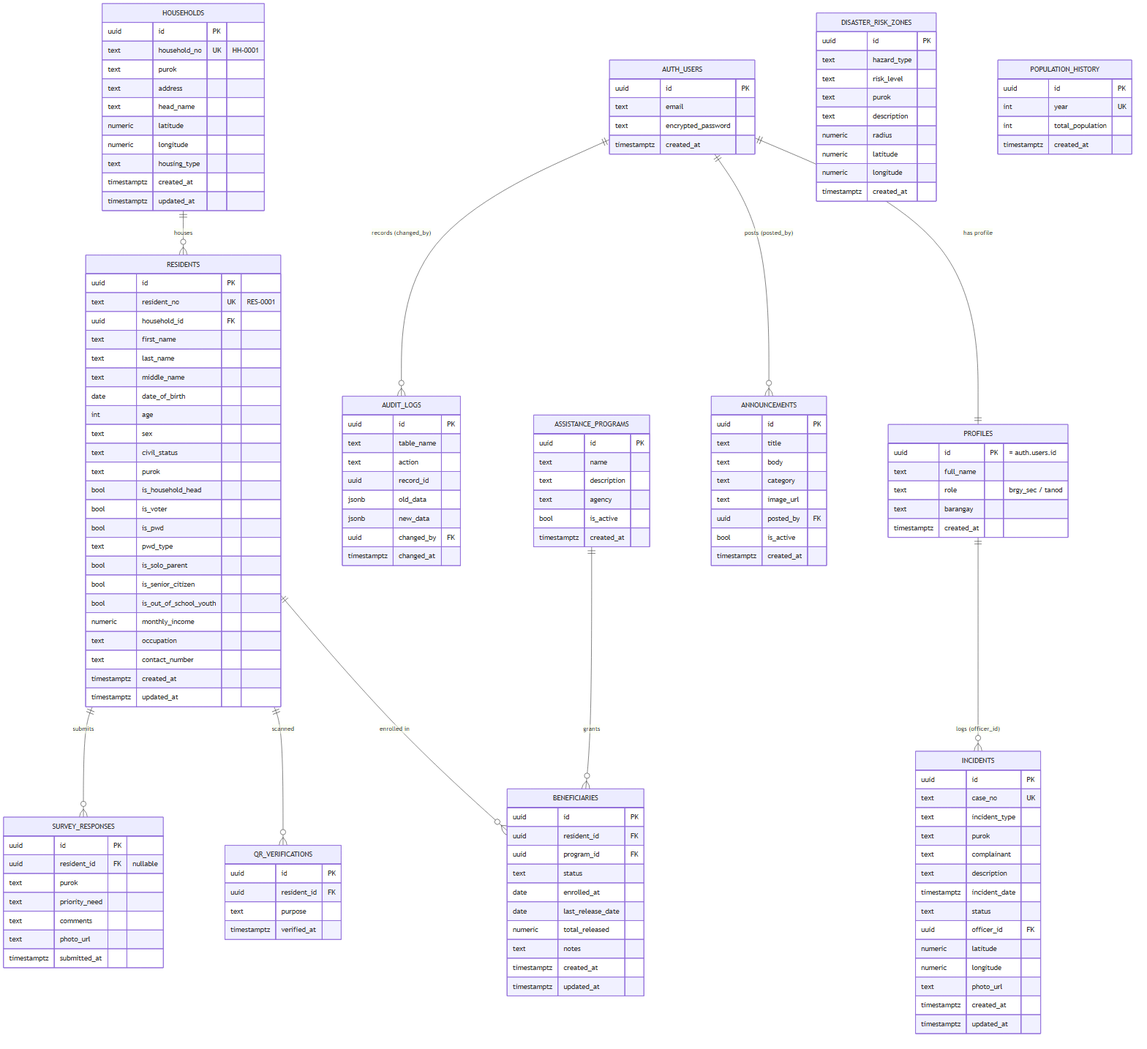
The Mermaid diagram diagrams/erd.png in KellyEspera/protect, before a commit. Its source is kept beside it as diagrams/erd.mmd.
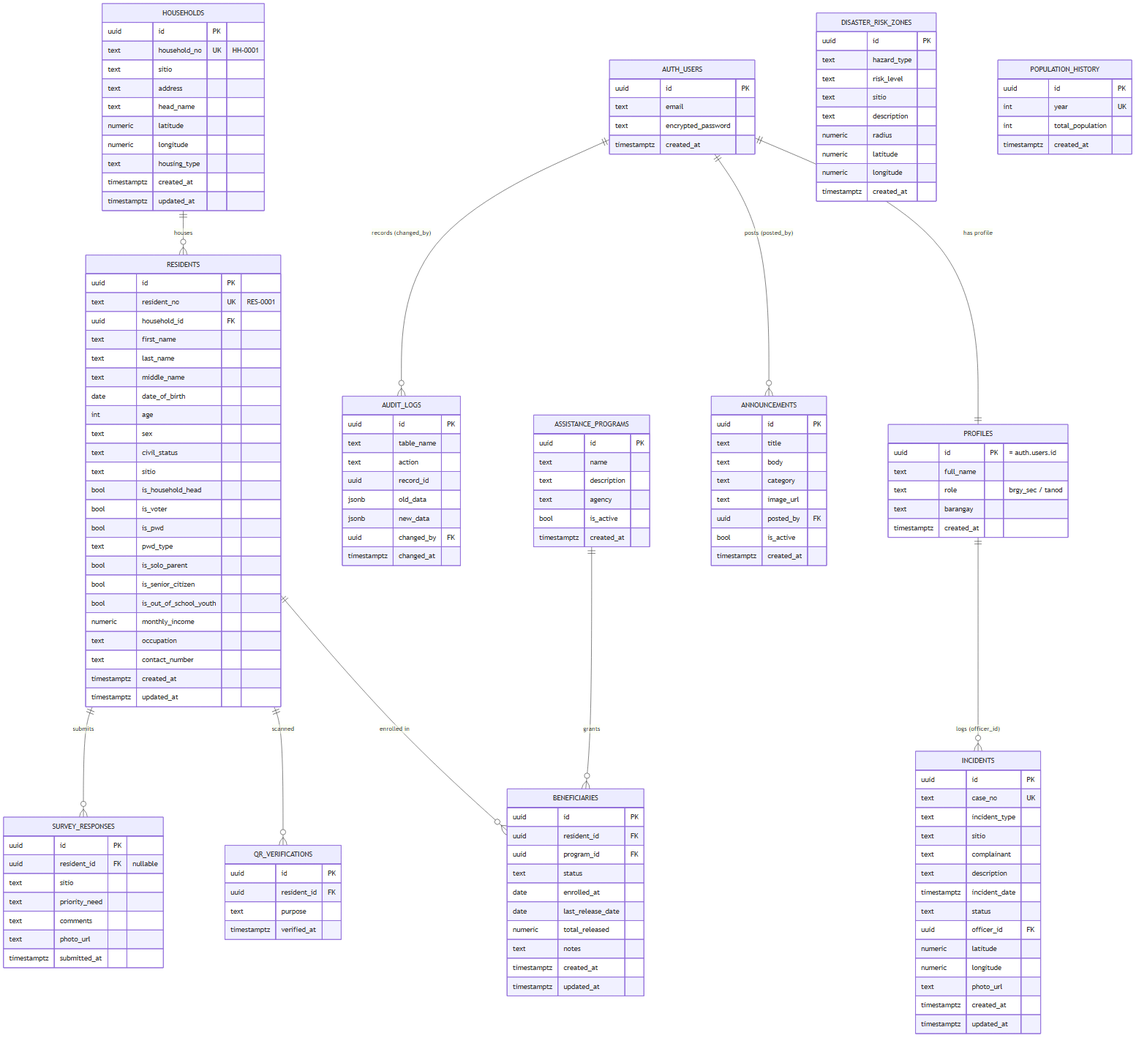
After the change.

What changed in the source:
```diff
@@ -25,7 +25,7 @@
     HOUSEHOLDS {
         uuid id PK
         text household_no UK "HH-0001"
-        text purok
+        text sitio
         text address
         text head_name
         numeric latitude
@@ -45,7 +45,7 @@
         int age
         text sex
         text civil_status
-        text purok
+        text sitio
         bool is_household_head
         bool is_voter
         bool is_pwd
@@ -83,7 +83,7 @@
         uuid id PK
         text case_no UK
         text incident_type
-        text purok
+        text sitio
         text complainant
         text description
         timestamptz incident_date
@@ -104,7 +104,7 @@
     SURVEY_RESPONSES {
         uuid id PK
         uuid resident_id FK "nullable"
-        text purok
+        text sitio
         text priority_need
         text comments
         text photo_url
@@ -114,7 +114,7 @@
         uuid id PK
         text hazard_type
         text risk_level
-        text purok
+        text sitio
         text description
         numeric radius
         numeric latitude
```
